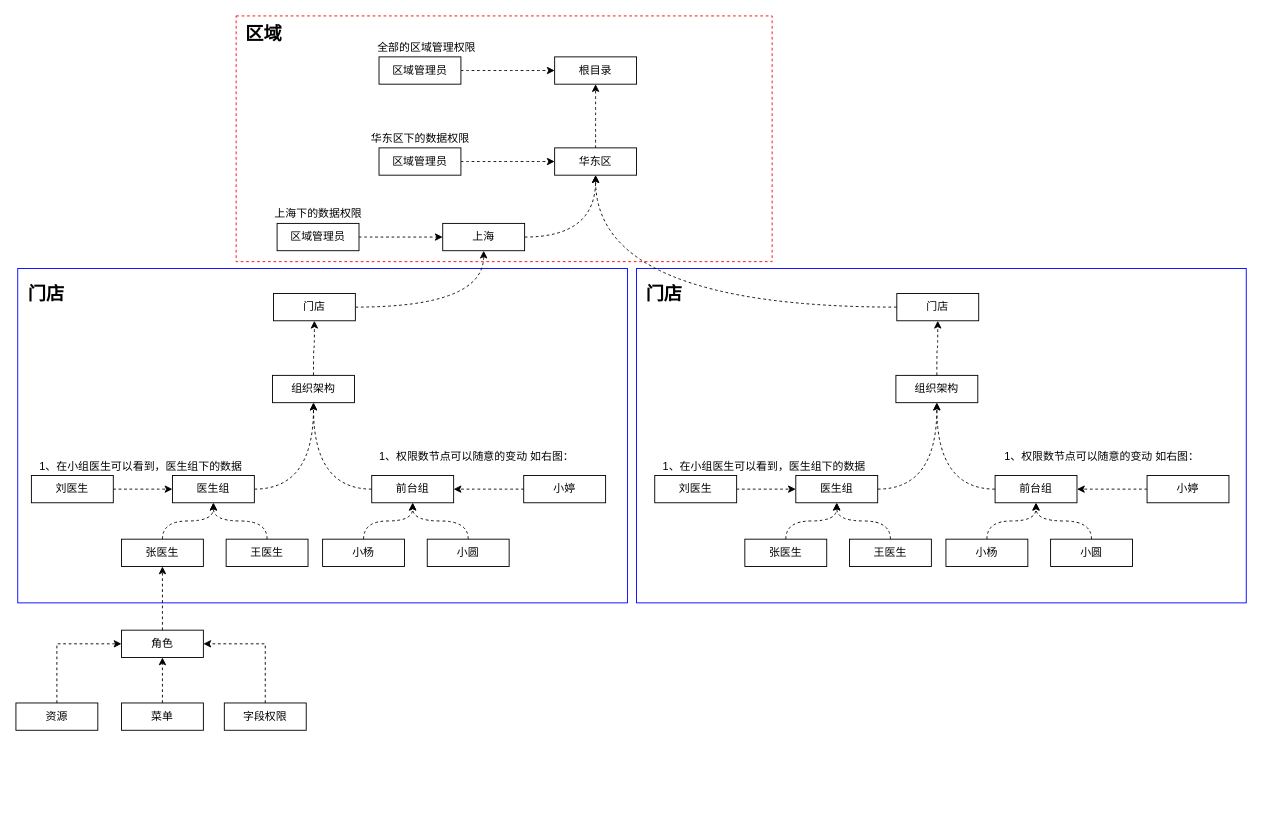
Earlier version of the draw.io diagram 牙管家/牙管家-完整sass权限.drawio (cherishsince/diagrams.net). Source tidied: cells renumbered, new cells numbered last; positions are measured from the earlier drawing's top-left corner, leaving out a move shared by most shapes. Both pictures are drawn from the tidied source at 91%, with x=0, y=0 at pixel (15, 15).
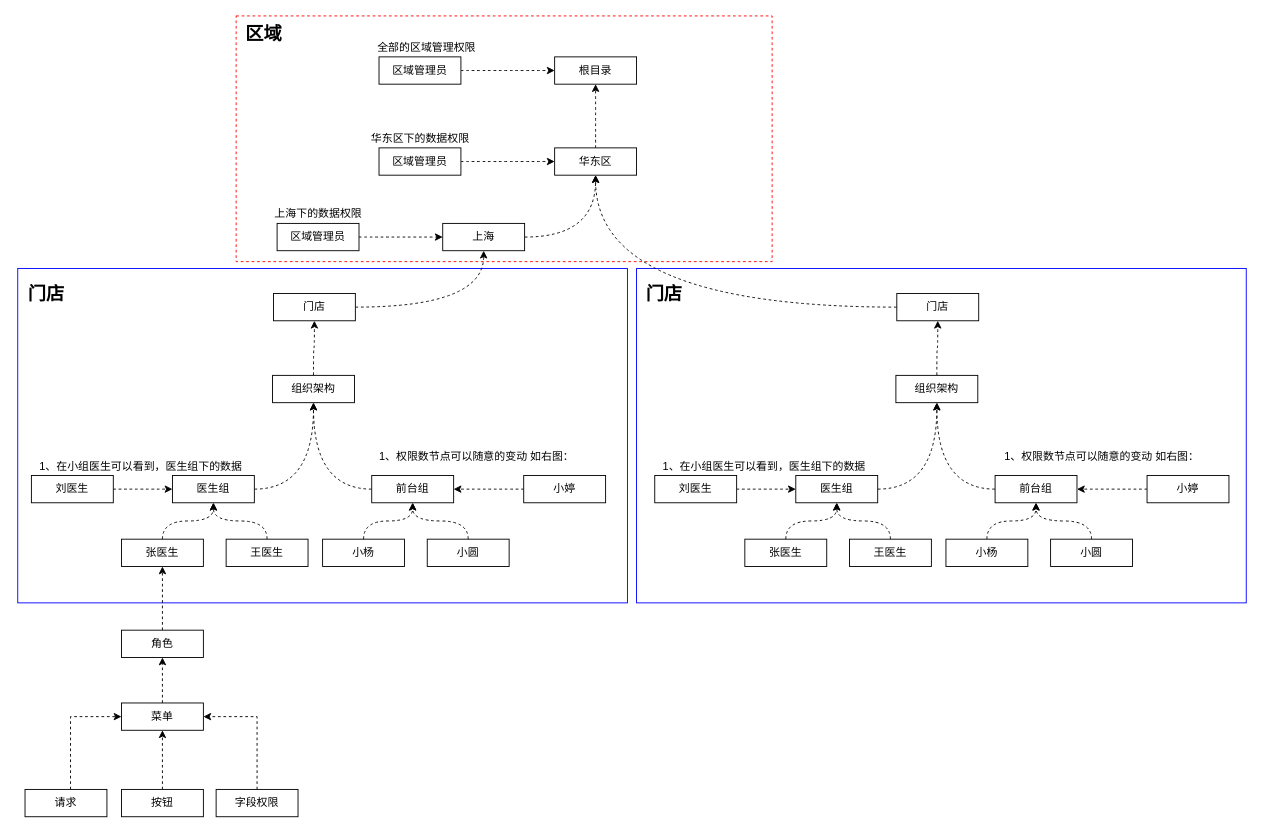
The same diagram, later.

Commit message (it also covers changes not shown here):
更新牙管家-完整sass权限.drawio

The change refers to these unchanged cells:
```xml
<mxCell id="67" value="角色" style="rounded=0;whiteSpace=wrap;html=1;" parent="1" vertex="1">
  <mxGeometry x="116" y="675" width="90" height="30" as="geometry" />
</mxCell>
<mxCell id="71" value="菜单" style="rounded=0;whiteSpace=wrap;html=1;" parent="1" vertex="1">
  <mxGeometry x="116" y="755" width="90" height="30" as="geometry" />
</mxCell>
```

Diff of the diagram source:
```diff
@@
-    <mxCell id="68" style="edgeStyle=orthogonalEdgeStyle;rounded=0;orthogonalLoop=1;jettySize=auto;html=1;entryX=0;entryY=0.5;entryDx=0;entryDy=0;dashed=1;" parent="1" edge="1">
-      <mxGeometry relative="1" as="geometry">
-        <mxPoint x="45" y="755" as="sourcePoint" />
-        <mxPoint x="116" y="690" as="targetPoint" />
-        <Array as="points">
-          <mxPoint x="45" y="690" />
-        </Array>
-      </mxGeometry>
-    </mxCell>
+    <mxCell id="74" style="edgeStyle=orthogonalEdgeStyle;rounded=0;jettySize=auto;html=1;entryX=0;entryY=0.5;entryDx=0;entryDy=0;dashed=1;" parent="1" edge="1" source="69" target="71">
+      <mxGeometry relative="1" as="geometry">
+        <Array as="points">
+          <mxPoint x="60" y="770" />
+        </Array>
+      </mxGeometry>
+    </mxCell>
-    <mxCell id="69" value="资源" style="rounded=0;whiteSpace=wrap;html=1;" parent="1" vertex="1">
-      <mxGeometry y="755" width="90" height="30" as="geometry" />
+    <mxCell id="69" value="请求" style="rounded=0;whiteSpace=wrap;html=1;" parent="1" vertex="1">
+      <mxGeometry x="10" y="850" width="90" height="30" as="geometry" />
     </mxCell>
@@
-    <mxCell id="72" style="edgeStyle=orthogonalEdgeStyle;rounded=0;jettySize=auto;html=1;entryX=1;entryY=0.5;entryDx=0;entryDy=0;dashed=1;" parent="1" edge="1" source="73" target="67">
-      <mxGeometry relative="1" as="geometry">
-        <Array as="points">
-          <mxPoint x="274" y="690" />
-        </Array>
-      </mxGeometry>
-    </mxCell>
+    <mxCell id="75" style="edgeStyle=orthogonalEdgeStyle;rounded=0;jettySize=auto;html=1;entryX=1;entryY=0.5;entryDx=0;entryDy=0;dashed=1;" parent="1" edge="1" source="73" target="71">
+      <mxGeometry relative="1" as="geometry">
+        <Array as="points">
+          <mxPoint x="265" y="770" />
+        </Array>
+      </mxGeometry>
+    </mxCell>
     <mxCell id="73" value="字段权限" style="rounded=0;whiteSpace=wrap;html=1;" parent="1" vertex="1">
-      <mxGeometry x="229" y="755" width="90" height="30" as="geometry" />
+      <mxGeometry x="220" y="850" width="90" height="30" as="geometry" />
     </mxCell>
+    <mxCell id="76" style="edgeStyle=orthogonalEdgeStyle;rounded=0;jettySize=auto;html=1;dashed=1;" parent="1" edge="1" source="77" target="71">
+      <mxGeometry relative="1" as="geometry" />
+    </mxCell>
+    <mxCell id="77" value="按钮" style="rounded=0;whiteSpace=wrap;html=1;" parent="1" vertex="1">
+      <mxGeometry x="116" y="850" width="90" height="30" as="geometry" />
+    </mxCell>
```
